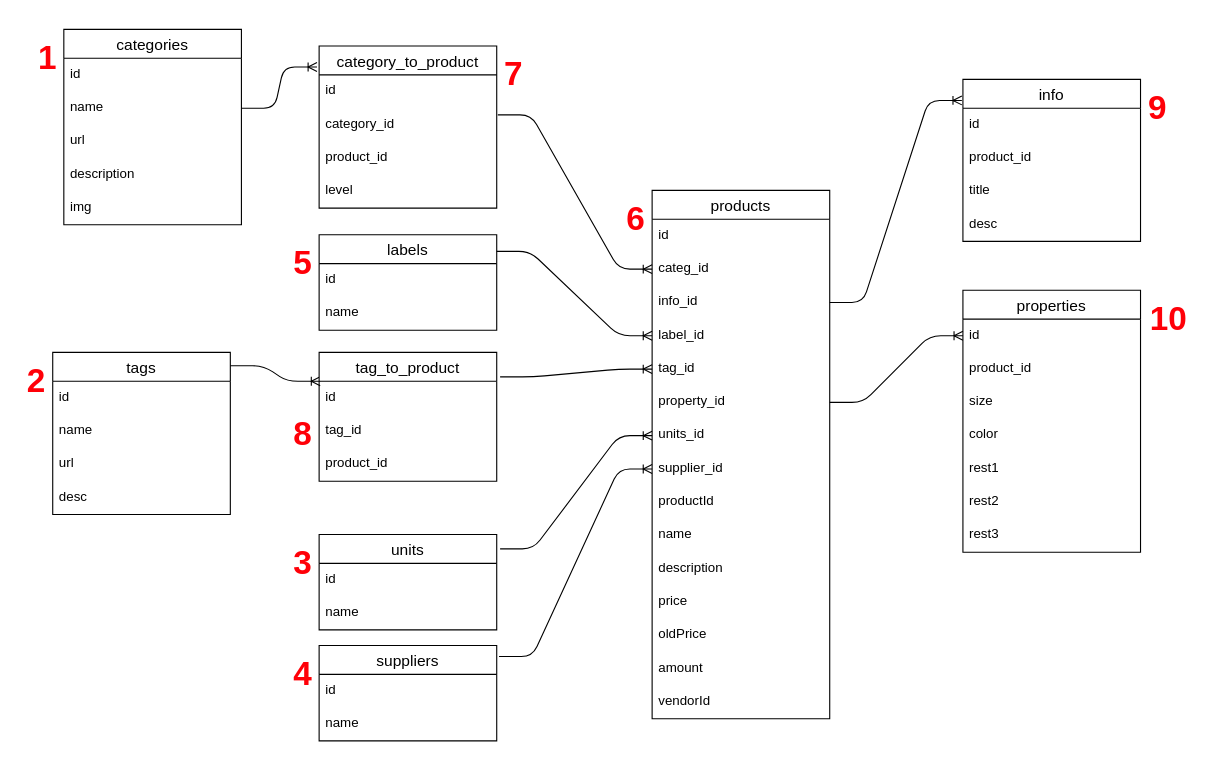
AndrewDrewDev/PERN-Backend-eCommerce keeps this draw.io diagram as src/db/model/PERN-PostgresSQL-Sheme.drawio. Above is the earlier version. Source tidied: cells renumbered, new cells numbered last; positions are measured from the earlier drawing's top-left corner, leaving out a move shared by most shapes. Both pictures are drawn from the tidied source at 111%, with x=0, y=0 at pixel (19, 29).
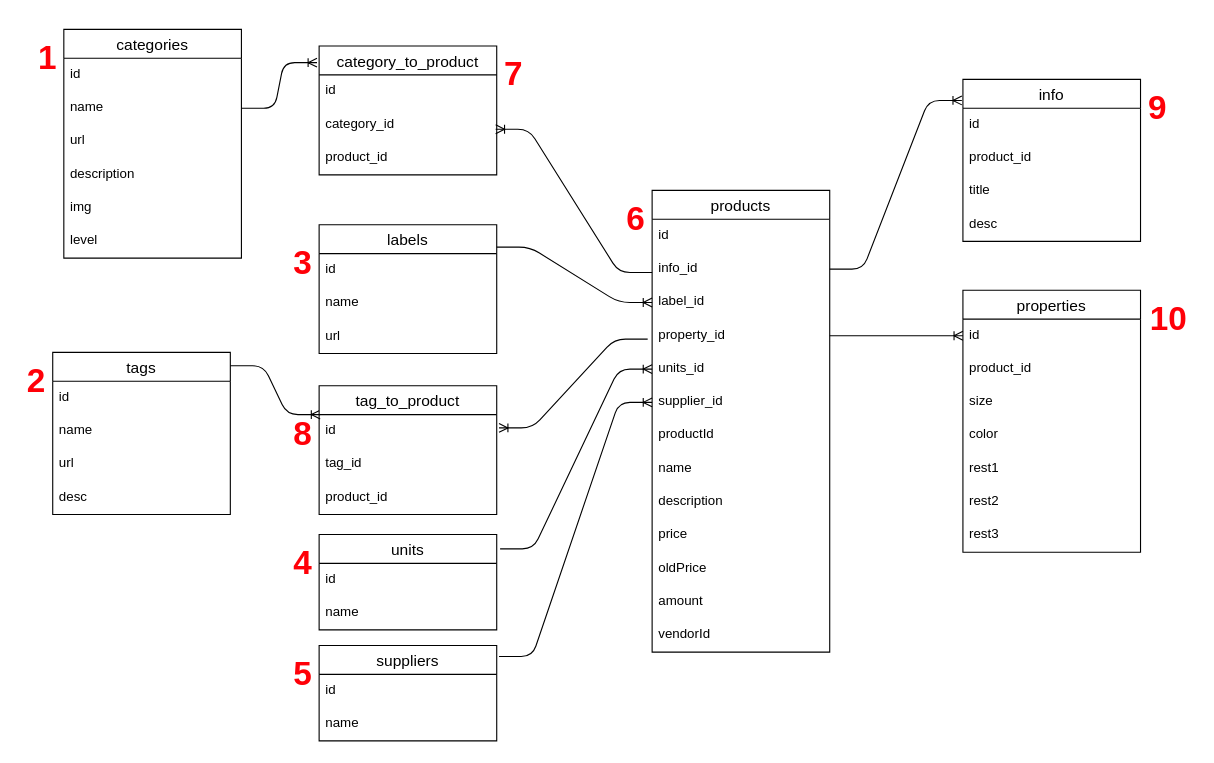
The same page after the edit.

Unchanged cells that the change refers to:
```xml
<mxCell id="51" value="category_id" style="text;strokeColor=none;fillColor=none;spacingLeft=4;spacingRight=4;overflow=hidden;points=[[0,0.5],[1,0.5]];portConstraint=eastwest;fontSize=12;" parent="49" vertex="1">
  <mxGeometry y="56" width="160" height="30" as="geometry" />
</mxCell>
<mxCell id="65" value="id" style="text;strokeColor=none;fillColor=none;spacingLeft=4;spacingRight=4;overflow=hidden;points=[[0,0.5],[1,0.5]];portConstraint=eastwest;fontSize=12;" parent="64" vertex="1">
  <mxGeometry y="26" width="160" height="30" as="geometry" />
</mxCell>
```

Diff of the diagram source:
```diff
@@
     <mxCell id="2" value="products" style="swimlane;fontStyle=0;horizontal=1;startSize=26;align=center;fontSize=14;" parent="1" vertex="1">
-      <mxGeometry x="570" y="145" width="160" height="476" as="geometry" />
+      <mxGeometry x="570" y="145" width="160" height="416" as="geometry" />
     </mxCell>
@@
-    <mxCell id="4" value="categ_id" style="text;strokeColor=none;fillColor=none;spacingLeft=4;spacingRight=4;overflow=hidden;points=[[0,0.5],[1,0.5]];portConstraint=eastwest;fontSize=12;" parent="2" vertex="1">
-      <mxGeometry y="56" width="160" height="30" as="geometry" />
-    </mxCell>
     <mxCell id="5" value="info_id" style="text;strokeColor=none;fillColor=none;spacingLeft=4;spacingRight=4;overflow=hidden;points=[[0,0.5],[1,0.5]];portConstraint=eastwest;fontSize=12;" parent="2" vertex="1">
-      <mxGeometry y="86" width="160" height="30" as="geometry" />
+      <mxGeometry y="56" width="160" height="30" as="geometry" />
     </mxCell>
     <mxCell id="6" value="label_id" style="text;strokeColor=none;fillColor=none;spacingLeft=4;spacingRight=4;overflow=hidden;points=[[0,0.5],[1,0.5]];portConstraint=eastwest;fontSize=12;" parent="2" vertex="1">
-      <mxGeometry y="116" width="160" height="30" as="geometry" />
+      <mxGeometry y="86" width="160" height="30" as="geometry" />
     </mxCell>
-    <mxCell id="7" value="tag_id&#10;" style="text;strokeColor=none;fillColor=none;spacingLeft=4;spacingRight=4;overflow=hidden;points=[[0,0.5],[1,0.5]];portConstraint=eastwest;fontSize=12;" parent="2" vertex="1">
-      <mxGeometry y="146" width="160" height="30" as="geometry" />
-    </mxCell>
     <mxCell id="8" value="property_id&#10;" style="text;strokeColor=none;fillColor=none;spacingLeft=4;spacingRight=4;overflow=hidden;points=[[0,0.5],[1,0.5]];portConstraint=eastwest;fontSize=12;" parent="2" vertex="1">
-      <mxGeometry y="176" width="160" height="30" as="geometry" />
+      <mxGeometry y="116" width="160" height="30" as="geometry" />
     </mxCell>
     <mxCell id="9" value="units_id" style="text;strokeColor=none;fillColor=none;spacingLeft=4;spacingRight=4;overflow=hidden;points=[[0,0.5],[1,0.5]];portConstraint=eastwest;fontSize=12;" parent="2" vertex="1">
-      <mxGeometry y="206" width="160" height="30" as="geometry" />
+      <mxGeometry y="146" width="160" height="30" as="geometry" />
     </mxCell>
     <mxCell id="10" value="supplier_id" style="text;strokeColor=none;fillColor=none;spacingLeft=4;spacingRight=4;overflow=hidden;points=[[0,0.5],[1,0.5]];portConstraint=eastwest;fontSize=12;" parent="2" vertex="1">
-      <mxGeometry y="236" width="160" height="30" as="geometry" />
+      <mxGeometry y="176" width="160" height="30" as="geometry" />
     </mxCell>
     <mxCell id="11" value="productId" style="text;strokeColor=none;fillColor=none;spacingLeft=4;spacingRight=4;overflow=hidden;fontSize=12;" parent="2" vertex="1">
-      <mxGeometry y="266" width="160" height="30" as="geometry" />
+      <mxGeometry y="206" width="160" height="30" as="geometry" />
     </mxCell>
     <mxCell id="12" value="name" style="text;strokeColor=none;fillColor=none;spacingLeft=4;spacingRight=4;overflow=hidden;fontSize=12;" parent="2" vertex="1">
-      <mxGeometry y="296" width="160" height="30" as="geometry" />
+      <mxGeometry y="236" width="160" height="30" as="geometry" />
     </mxCell>
     <mxCell id="13" value="description" style="text;strokeColor=none;fillColor=none;spacingLeft=4;spacingRight=4;overflow=hidden;fontSize=12;" parent="2" vertex="1">
-      <mxGeometry y="326" width="160" height="30" as="geometry" />
+      <mxGeometry y="266" width="160" height="30" as="geometry" />
     </mxCell>
     <mxCell id="14" value="price" style="text;strokeColor=none;fillColor=none;spacingLeft=4;spacingRight=4;overflow=hidden;fontSize=12;" parent="2" vertex="1">
-      <mxGeometry y="356" width="160" height="30" as="geometry" />
+      <mxGeometry y="296" width="160" height="30" as="geometry" />
     </mxCell>
     <mxCell id="15" value="oldPrice" style="text;strokeColor=none;fillColor=none;spacingLeft=4;spacingRight=4;overflow=hidden;fontSize=12;" parent="2" vertex="1">
-      <mxGeometry y="386" width="160" height="30" as="geometry" />
+      <mxGeometry y="326" width="160" height="30" as="geometry" />
     </mxCell>
     <mxCell id="16" value="amount" style="text;strokeColor=none;fillColor=none;spacingLeft=4;spacingRight=4;overflow=hidden;fontSize=12;" parent="2" vertex="1">
-      <mxGeometry y="416" width="160" height="30" as="geometry" />
+      <mxGeometry y="356" width="160" height="30" as="geometry" />
     </mxCell>
     <mxCell id="17" value="vendorId" style="text;strokeColor=none;fillColor=none;spacingLeft=4;spacingRight=4;overflow=hidden;fontSize=12;" parent="2" vertex="1">
-      <mxGeometry y="446" width="160" height="30" as="geometry" />
+      <mxGeometry y="386" width="160" height="30" as="geometry" />
     </mxCell>
@@
-    <mxCell id="24" value="categories" style="swimlane;fontStyle=0;horizontal=1;startSize=26;align=center;fontSize=14;" parent="1" vertex="1">
-      <mxGeometry x="40" width="160" height="176" as="geometry" />
+    <mxCell id="24" value="categories" style="swimlane;fontStyle=0;horizontal=1;startSize=26;align=center;fontSize=14;flipH=1;" parent="1" vertex="1">
+      <mxGeometry x="40" width="160" height="206" as="geometry" />
     </mxCell>
@@
+    <mxCell id="53" value="level" style="text;strokeColor=none;fillColor=none;spacingLeft=4;spacingRight=4;overflow=hidden;fontSize=12;" parent="24" vertex="1">
+      <mxGeometry y="176" width="160" height="30" as="geometry" />
+    </mxCell>
@@
     <mxCell id="36" value="labels" style="swimlane;fontStyle=0;horizontal=1;startSize=26;align=center;fontSize=14;" parent="1" vertex="1">
-      <mxGeometry x="270" y="185" width="160" height="86" as="geometry" />
+      <mxGeometry x="270" y="176" width="160" height="116" as="geometry" />
     </mxCell>
@@
+    <mxCell id="79" value="url" style="text;strokeColor=none;fillColor=none;spacingLeft=4;spacingRight=4;overflow=hidden;fontSize=12;" parent="36" vertex="1">
+      <mxGeometry y="86" width="160" height="30" as="geometry" />
+    </mxCell>
@@
     <mxCell id="49" value="category_to_product" style="swimlane;fontStyle=0;horizontal=1;startSize=26;align=center;fontSize=14;" parent="1" vertex="1">
-      <mxGeometry x="270" y="15" width="160" height="146" as="geometry" />
+      <mxGeometry x="270" y="15" width="160" height="116" as="geometry" />
     </mxCell>
@@
-    <mxCell id="53" value="level" style="text;strokeColor=none;fillColor=none;spacingLeft=4;spacingRight=4;overflow=hidden;fontSize=12;" parent="49" vertex="1">
-      <mxGeometry y="116" width="160" height="30" as="geometry" />
-    </mxCell>
@@
-    <mxCell id="55" style="edgeStyle=entityRelationEdgeStyle;fontSize=12;html=1;endArrow=ERoneToMany;startSize=13;targetPerimeterSpacing=4;strokeColor=#000000;exitX=1.006;exitY=0.2;exitDx=0;exitDy=0;exitPerimeter=0;entryX=0;entryY=0.5;entryDx=0;entryDy=0;" parent="1" edge="1" source="51" target="4">
-      <mxGeometry relative="1" as="geometry" />
-    </mxCell>
@@
     <mxCell id="64" value="tag_to_product" style="swimlane;fontStyle=0;horizontal=1;startSize=26;align=center;fontSize=14;" parent="1" vertex="1">
-      <mxGeometry x="270" y="291" width="160" height="116" as="geometry" />
+      <mxGeometry x="270" y="321" width="160" height="116" as="geometry" />
     </mxCell>
@@
-    <mxCell id="68" style="edgeStyle=entityRelationEdgeStyle;fontSize=12;html=1;endArrow=ERoneToMany;exitX=1.019;exitY=0.19;exitDx=0;exitDy=0;exitPerimeter=0;entryX=0;entryY=0.5;entryDx=0;entryDy=0;" parent="1" edge="1" source="64" target="7">
-      <mxGeometry relative="1" as="geometry" />
-    </mxCell>
@@
     <mxCell id="71" value="&lt;h1&gt;&lt;font style=&quot;font-size: 30px&quot;&gt;3&lt;/font&gt;&lt;/h1&gt;" style="text;html=1;align=center;verticalAlign=middle;strokeColor=none;fontColor=#FF0008;" parent="1" vertex="1">
-      <mxGeometry x="240" y="455" width="30" height="50" as="geometry" />
+      <mxGeometry x="240" y="185" width="30" height="50" as="geometry" />
     </mxCell>
     <mxCell id="72" value="&lt;h1&gt;&lt;font style=&quot;font-size: 30px&quot;&gt;4&lt;/font&gt;&lt;/h1&gt;" style="text;html=1;align=center;verticalAlign=middle;strokeColor=none;fontColor=#FF0008;" parent="1" vertex="1">
-      <mxGeometry x="240" y="555" width="30" height="50" as="geometry" />
+      <mxGeometry x="240" y="455" width="30" height="50" as="geometry" />
     </mxCell>
     <mxCell id="73" value="&lt;h1&gt;&lt;span style=&quot;font-size: 30px&quot;&gt;5&lt;/span&gt;&lt;/h1&gt;" style="text;html=1;align=center;verticalAlign=middle;strokeColor=none;fontColor=#FF0008;" parent="1" vertex="1">
-      <mxGeometry x="240" y="185" width="30" height="50" as="geometry" />
+      <mxGeometry x="240" y="555" width="30" height="50" as="geometry" />
     </mxCell>
@@
+    <mxCell id="80" style="edgeStyle=entityRelationEdgeStyle;fontSize=12;html=1;endArrow=none;fontColor=#FF0008;verticalAlign=middle;startArrow=ERoneToMany;startFill=0;endFill=0;exitX=0.994;exitY=0.633;exitDx=0;exitDy=0;exitPerimeter=0;entryX=0;entryY=0.6;entryDx=0;entryDy=0;entryPerimeter=0;" parent="1" edge="1" source="51" target="5">
+      <mxGeometry relative="1" as="geometry" />
+    </mxCell>
+    <mxCell id="81" style="edgeStyle=entityRelationEdgeStyle;fontSize=12;html=1;endArrow=none;fontColor=#FF0008;verticalAlign=middle;startArrow=ERoneToMany;startFill=0;endFill=0;exitX=1.013;exitY=0.4;exitDx=0;exitDy=0;exitPerimeter=0;entryX=-0.025;entryY=0.6;entryDx=0;entryDy=0;entryPerimeter=0;" parent="1" edge="1" source="65" target="8">
+      <mxGeometry relative="1" as="geometry" />
+    </mxCell>
```
